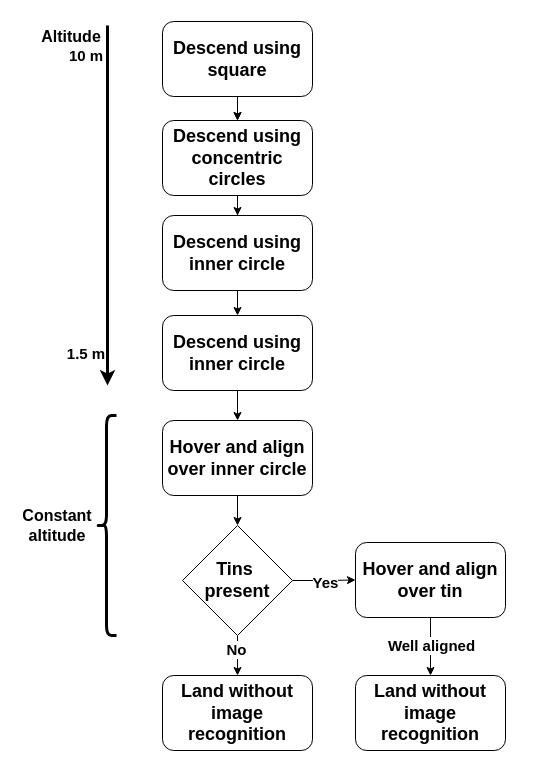
Before: Documentation/state_diagram_landing_w_tins_cleaned.drawio in ikay13/UAV_Precision_landing, a draw.io diagram. Source tidied: cells renumbered, new cells numbered last; positions are measured from the earlier drawing's top-left corner, leaving out a move shared by most shapes. Both pictures are drawn from the tidied source at 100%, with x=0, y=0 at pixel (27, 21).
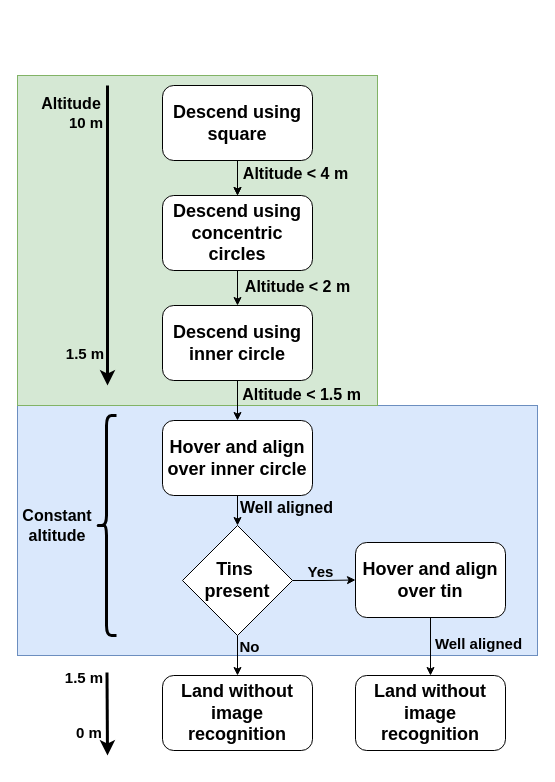
After the change.

The change refers to these unchanged cells:
```xml
<mxCell id="3" style="edgeStyle=orthogonalEdgeStyle;rounded=0;jettySize=auto;html=1;" parent="1" edge="1" source="4" target="6">
  <mxGeometry relative="1" as="geometry" />
</mxCell>
<mxCell id="9" style="edgeStyle=orthogonalEdgeStyle;rounded=0;jettySize=auto;html=1;" parent="1" edge="1" source="10" target="27">
  <mxGeometry relative="1" as="geometry" />
</mxCell>
<mxCell id="11" style="edgeStyle=orthogonalEdgeStyle;rounded=0;jettySize=auto;html=1;" parent="1" edge="1" source="12" target="10">
  <mxGeometry relative="1" as="geometry" />
</mxCell>
<mxCell id="13" style="edgeStyle=orthogonalEdgeStyle;rounded=0;jettySize=auto;html=1;" parent="1" edge="1" source="15" target="16">
  <mxGeometry relative="1" as="geometry" />
</mxCell>
<mxCell id="23" style="edgeStyle=orthogonalEdgeStyle;rounded=0;jettySize=auto;html=1;" parent="1" edge="1" source="27" target="15">
  <mxGeometry relative="1" as="geometry" />
</mxCell>
<mxCell id="25" style="edgeStyle=orthogonalEdgeStyle;rounded=0;jettySize=auto;html=1;" parent="1" edge="1" source="27" target="28">
  <mxGeometry relative="1" as="geometry" />
</mxCell>
```

What changed in the source:
```diff
@@
+    <mxCell id="29" style="rounded=0;whiteSpace=wrap;html=1;fillColor=#dae8fc;strokeColor=#6c8ebf;" parent="1" vertex="1">
+      <mxGeometry x="-10" y="384" width="520" height="250" as="geometry" />
+    </mxCell>
+    <mxCell id="30" style="rounded=0;whiteSpace=wrap;html=1;fillColor=#d5e8d4;strokeColor=#82b366;" parent="1" vertex="1">
+      <mxGeometry x="-10" y="54" width="360" height="330" as="geometry" />
+    </mxCell>
@@
+    <mxCell id="31" value="&lt;span style=&quot;font-size: 16px; font-weight: 700;&quot;&gt;Altitude &amp;lt; 4 m&lt;/span&gt;" style="edgeLabel;html=1;align=center;verticalAlign=middle;labelBackgroundColor=none;" parent="3" vertex="1">
+      <mxGeometry x="-0.46" relative="1" as="geometry">
+        <mxPoint x="57" as="offset" />
+      </mxGeometry>
+    </mxCell>
     <mxCell id="4" value="&lt;font style=&quot;font-size: 18px;&quot;&gt;&lt;b&gt;Descend using square&lt;/b&gt;&lt;/font&gt;" style="rounded=1;whiteSpace=wrap;html=1;" parent="1" vertex="1">
-      <mxGeometry x="135" width="150" height="75" as="geometry" />
+      <mxGeometry x="135" y="64" width="150" height="75" as="geometry" />
     </mxCell>
-    <mxCell id="5" style="edgeStyle=orthogonalEdgeStyle;rounded=0;jettySize=auto;html=1;" parent="1" edge="1" source="6" target="8">
-      <mxGeometry relative="1" as="geometry" />
-    </mxCell>
     <mxCell id="6" value="&lt;font style=&quot;font-size: 18px;&quot;&gt;&lt;b&gt;Descend using concentric circles&lt;/b&gt;&lt;/font&gt;" style="rounded=1;whiteSpace=wrap;html=1;" parent="1" vertex="1">
-      <mxGeometry x="135" y="99" width="150" height="75" as="geometry" />
+      <mxGeometry x="135" y="174" width="150" height="75" as="geometry" />
     </mxCell>
-    <mxCell id="7" style="edgeStyle=orthogonalEdgeStyle;rounded=0;jettySize=auto;html=1;entryX=0.5;entryY=0;entryDx=0;entryDy=0;" parent="1" edge="1" source="8" target="12">
+    <mxCell id="7" style="edgeStyle=orthogonalEdgeStyle;rounded=0;jettySize=auto;html=1;entryX=0.5;entryY=0;entryDx=0;entryDy=0;exitX=0.5;exitY=1;exitDx=0;exitDy=0;" parent="1" edge="1" source="6" target="12">
       <mxGeometry relative="1" as="geometry" />
     </mxCell>
-    <mxCell id="8" value="&lt;font style=&quot;font-size: 18px;&quot;&gt;&lt;b&gt;Descend using inner circle&lt;/b&gt;&lt;/font&gt;" style="rounded=1;whiteSpace=wrap;html=1;" parent="1" vertex="1">
-      <mxGeometry x="135" y="194" width="150" height="75" as="geometry" />
-    </mxCell>
+    <mxCell id="32" style="edgeLabel;html=1;align=center;verticalAlign=middle;" parent="7" vertex="1">
+      <mxGeometry x="0.19" relative="1" as="geometry" />
+    </mxCell>
+    <mxCell id="33" value="&lt;span style=&quot;font-size: 16px; font-weight: 700;&quot;&gt;Altitude &amp;lt; 2 m&lt;/span&gt;" style="edgeLabel;html=1;align=center;verticalAlign=middle;labelBackgroundColor=none;" parent="7" vertex="1">
+      <mxGeometry x="0.19" relative="1" as="geometry">
+        <mxPoint x="59" y="-6" as="offset" />
+      </mxGeometry>
+    </mxCell>
@@
+    <mxCell id="34" value="&lt;font style=&quot;font-size: 16px;&quot;&gt;&lt;b&gt;Well aligned&lt;/b&gt;&lt;/font&gt;" style="edgeLabel;html=1;align=center;verticalAlign=middle;labelBackgroundColor=none;" parent="9" vertex="1">
+      <mxGeometry x="-0.58" y="-1" relative="1" as="geometry">
+        <mxPoint x="49" as="offset" />
+      </mxGeometry>
+    </mxCell>
@@
+    <mxCell id="35" value="&lt;font style=&quot;font-size: 16px;&quot;&gt;Altitude &amp;lt; 1.5 m&lt;/font&gt;" style="edgeLabel;html=1;align=center;verticalAlign=middle;labelBackgroundColor=none;fontStyle=1;" parent="11" vertex="1">
+      <mxGeometry x="0.25" y="1" relative="1" as="geometry">
+        <mxPoint x="62" y="-12" as="offset" />
+      </mxGeometry>
+    </mxCell>
     <mxCell id="12" value="&lt;font style=&quot;font-size: 18px;&quot;&gt;&lt;b&gt;Descend using inner circle&lt;/b&gt;&lt;/font&gt;" style="rounded=1;whiteSpace=wrap;html=1;" parent="1" vertex="1">
-      <mxGeometry x="135" y="294" width="150" height="75" as="geometry" />
+      <mxGeometry x="135" y="284" width="150" height="75" as="geometry" />
     </mxCell>
@@
-    <mxCell id="14" value="&lt;font style=&quot;font-size: 15px;&quot;&gt;&lt;b&gt;Well aligned&lt;/b&gt;&lt;/font&gt;" style="edgeLabel;html=1;align=center;verticalAlign=middle;" parent="13" vertex="1">
+    <mxCell id="14" value="&lt;font style=&quot;font-size: 15px;&quot;&gt;&lt;b&gt;Well aligned&lt;/b&gt;&lt;/font&gt;" style="edgeLabel;html=1;align=center;verticalAlign=middle;labelBackgroundColor=none;" parent="13" vertex="1">
       <mxGeometry x="-0.05" relative="1" as="geometry">
-        <mxPoint y="-1" as="offset" />
+        <mxPoint x="47" y="-3" as="offset" />
       </mxGeometry>
     </mxCell>
@@
     <mxCell id="17" style="endArrow=classic;html=1;rounded=0;strokeWidth=3;" parent="1" edge="1">
       <mxGeometry relative="1" as="geometry">
-        <mxPoint x="80" y="4" as="sourcePoint" />
+        <mxPoint x="80" y="64" as="sourcePoint" />
         <mxPoint x="80" y="364" as="targetPoint" />
       </mxGeometry>
     </mxCell>
     <mxCell id="18" value="&lt;font size=&quot;1&quot; style=&quot;&quot;&gt;&lt;b style=&quot;font-size: 16px;&quot;&gt;Altitude&lt;/b&gt;&lt;/font&gt;" style="text;html=1;align=center;verticalAlign=middle;whiteSpace=wrap;rounded=0;" parent="1" vertex="1">
-      <mxGeometry x="14" width="60" height="30" as="geometry" />
+      <mxGeometry x="14" y="67" width="60" height="30" as="geometry" />
     </mxCell>
     <mxCell id="19" value="&lt;font style=&quot;font-size: 15px;&quot;&gt;&lt;b&gt;10 m&lt;/b&gt;&lt;/font&gt;" style="text;html=1;align=center;verticalAlign=middle;whiteSpace=wrap;rounded=0;" parent="1" vertex="1">
-      <mxGeometry x="29" y="19" width="60" height="30" as="geometry" />
+      <mxGeometry x="29" y="86" width="60" height="30" as="geometry" />
     </mxCell>
     <mxCell id="20" value="&lt;font style=&quot;font-size: 15px;&quot;&gt;&lt;b&gt;1.5 m&lt;/b&gt;&lt;/font&gt;" style="text;html=1;align=center;verticalAlign=middle;whiteSpace=wrap;rounded=0;" parent="1" vertex="1">
-      <mxGeometry x="29" y="316.5" width="60" height="30" as="geometry" />
+      <mxGeometry x="28" y="316.5" width="60" height="30" as="geometry" />
     </mxCell>
@@
-    <mxCell id="24" value="&lt;font style=&quot;font-size: 15px;&quot;&gt;&lt;b&gt;Yes&lt;/b&gt;&lt;/font&gt;" style="edgeLabel;html=1;align=center;verticalAlign=middle;" parent="23" vertex="1">
+    <mxCell id="24" value="&lt;font style=&quot;font-size: 15px;&quot;&gt;&lt;b&gt;Yes&lt;/b&gt;&lt;/font&gt;" style="edgeLabel;html=1;align=center;verticalAlign=middle;labelBackgroundColor=none;" parent="23" vertex="1">
       <mxGeometry x="-0.01" y="-1" relative="1" as="geometry">
-        <mxPoint x="1" as="offset" />
+        <mxPoint x="-4" y="-11" as="offset" />
       </mxGeometry>
     </mxCell>
@@
-    <mxCell id="26" value="&lt;font style=&quot;font-size: 15px;&quot;&gt;&lt;b&gt;No&lt;/b&gt;&lt;/font&gt;" style="edgeLabel;html=1;align=center;verticalAlign=middle;" parent="25" vertex="1">
+    <mxCell id="26" value="&lt;font style=&quot;font-size: 15px;&quot;&gt;&lt;b&gt;No&lt;/b&gt;&lt;/font&gt;" style="edgeLabel;html=1;align=center;verticalAlign=middle;labelBackgroundColor=none;" parent="25" vertex="1">
       <mxGeometry x="-0.77" y="3" relative="1" as="geometry">
-        <mxPoint x="-5" y="8" as="offset" />
+        <mxPoint x="8" y="5" as="offset" />
       </mxGeometry>
     </mxCell>
@@
+    <mxCell id="36" style="endArrow=classic;html=1;rounded=0;strokeWidth=3;" parent="1" edge="1">
+      <mxGeometry relative="1" as="geometry">
+        <mxPoint x="79.5" y="651" as="sourcePoint" />
+        <mxPoint x="80" y="734" as="targetPoint" />
+      </mxGeometry>
+    </mxCell>
+    <mxCell id="37" value="&lt;font style=&quot;font-size: 15px;&quot;&gt;&lt;b&gt;1.5 m&lt;/b&gt;&lt;/font&gt;" style="text;html=1;align=center;verticalAlign=middle;whiteSpace=wrap;rounded=0;" parent="1" vertex="1">
+      <mxGeometry x="27" y="641" width="60" height="30" as="geometry" />
+    </mxCell>
+    <mxCell id="38" value="&lt;font style=&quot;font-size: 15px;&quot;&gt;&lt;b&gt;0 m&lt;/b&gt;&lt;/font&gt;" style="text;html=1;align=center;verticalAlign=middle;whiteSpace=wrap;rounded=0;" parent="1" vertex="1">
+      <mxGeometry x="32" y="696" width="60" height="30" as="geometry" />
+    </mxCell>
```
